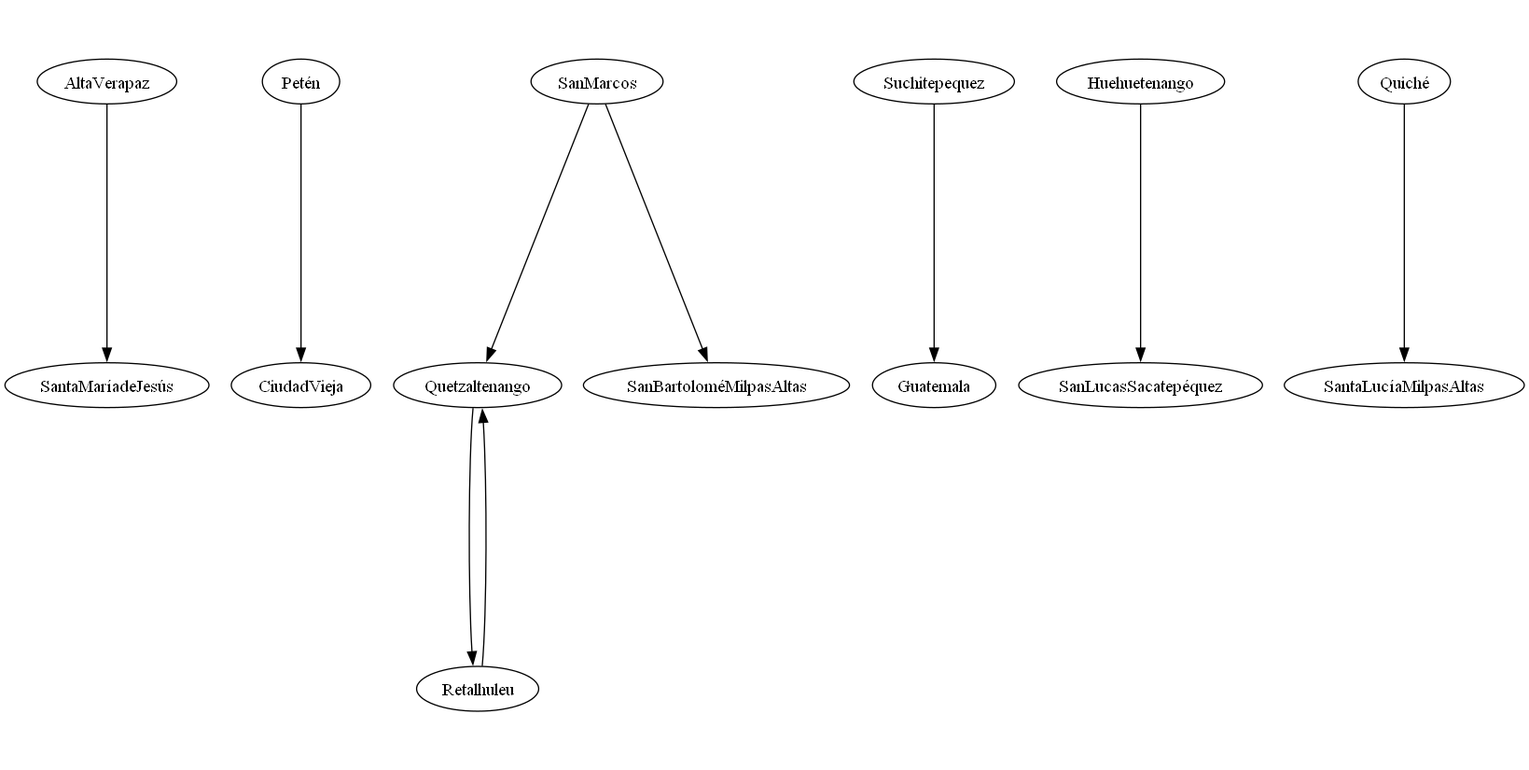
Earlier version of the Graphviz export TravelMap/grafo.png (Marco131-xel/TravelMap_GT). Its source is kept beside it as TravelMap/grafo.dot. Its diagram source:
```dot
digraph G {
graph [ratio=0.5];
  "AltaVerapaz" -> "SantaMaríadeJesús";
  "Petén" -> "CiudadVieja";
  "Quetzaltenango" -> "Retalhuleu";
  "Retalhuleu" -> "Quetzaltenango";
  "SanMarcos" -> "Quetzaltenango";
  "Suchitepequez" -> "Guatemala";
  "SanMarcos" -> "SanBartoloméMilpasAltas";
  "Huehuetenango" -> "SanLucasSacatepéquez";
  "Quiché" -> "SantaLucíaMilpasAltas";
}
```
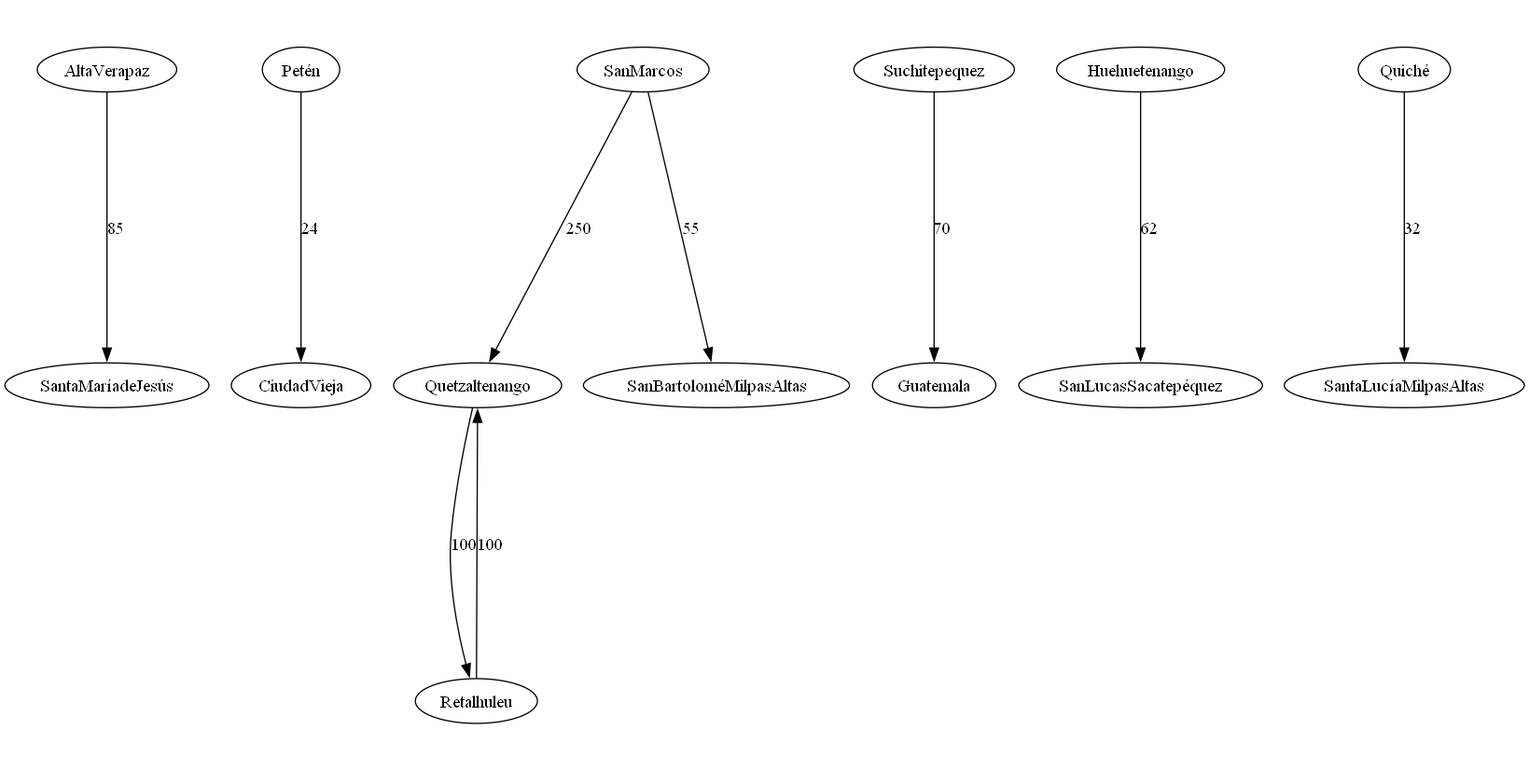
The same diagram one commit later.

Diff of the diagram source:
```diff
@@ -1,12 +1,12 @@
 digraph G {
 graph [ratio=0.5];
-  "AltaVerapaz" -> "SantaMaríadeJesús";
-  "Petén" -> "CiudadVieja";
-  "Quetzaltenango" -> "Retalhuleu";
-  "Retalhuleu" -> "Quetzaltenango";
-  "SanMarcos" -> "Quetzaltenango";
-  "Suchitepequez" -> "Guatemala";
-  "SanMarcos" -> "SanBartoloméMilpasAltas";
-  "Huehuetenango" -> "SanLucasSacatepéquez";
-  "Quiché" -> "SantaLucíaMilpasAltas";
+  "AltaVerapaz" -> "SantaMaríadeJesús" [label="85"];
+  "Petén" -> "CiudadVieja" [label="24"];
+  "Quetzaltenango" -> "Retalhuleu" [label="100"];
+  "Retalhuleu" -> "Quetzaltenango" [label="100"];
+  "SanMarcos" -> "Quetzaltenango" [label="250"];
+  "Suchitepequez" -> "Guatemala" [label="70"];
+  "SanMarcos" -> "SanBartoloméMilpasAltas" [label="55"];
+  "Huehuetenango" -> "SanLucasSacatepéquez" [label="62"];
+  "Quiché" -> "SantaLucíaMilpasAltas" [label="32"];
 }
```
